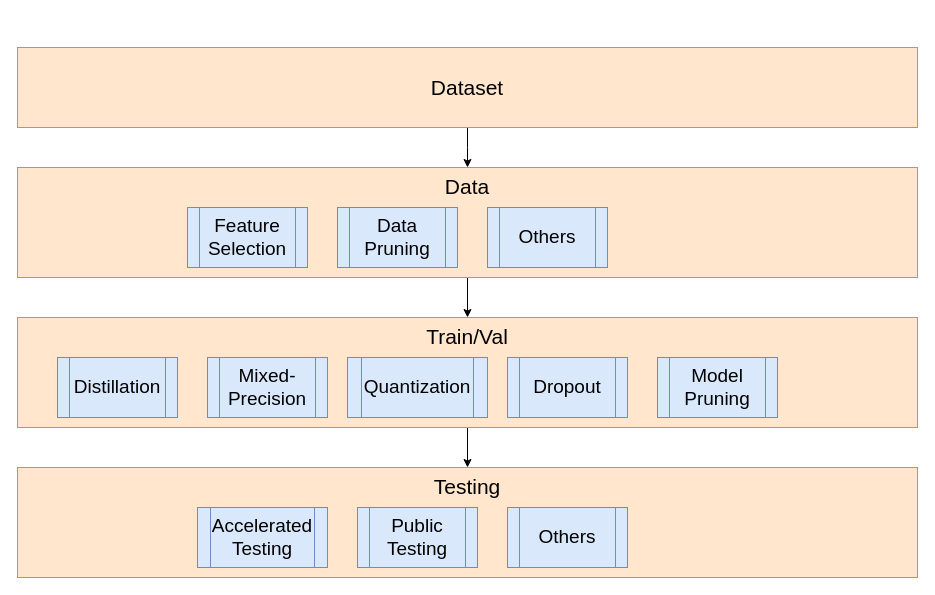
This is Supplement/udrive.drawio from Croquembouche/UDrive, a draw.io file, before an edit. Source tidied: cells renumbered, new cells numbered last; positions are measured from the earlier drawing's top-left corner, leaving out a move shared by most shapes. Both pictures are drawn from the tidied source at 100%, with x=0, y=0 at pixel (17, 47).
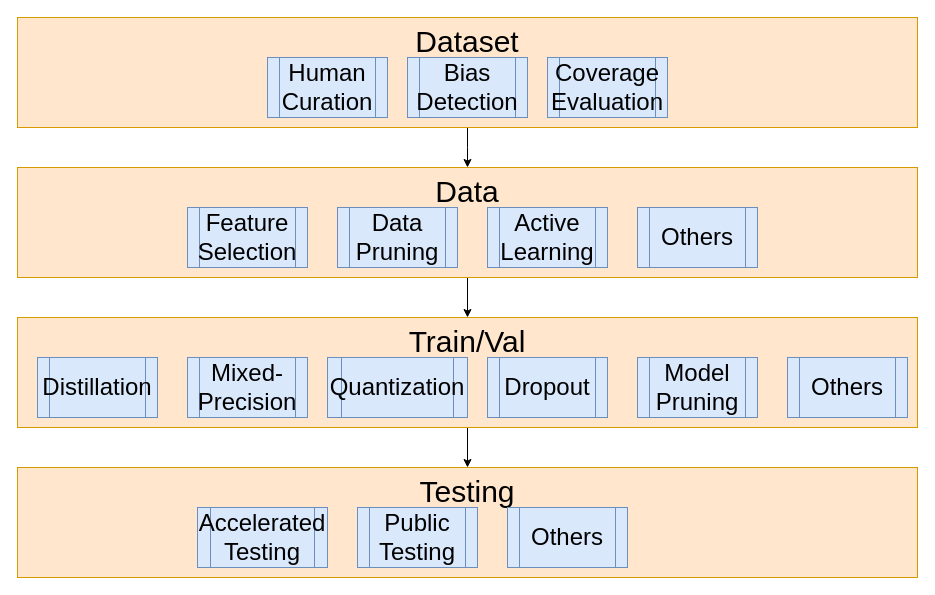
Above is the later version.

What changed in the source:
```diff
@@
-    <mxCell id="2" value="Testing" style="rounded=0;whiteSpace=wrap;html=1;fontSize=21;fillColor=#ffe6cc;strokeColor=#d79b00;verticalAlign=top;" parent="1" vertex="1">
+    <mxCell id="2" value="Testing" style="rounded=0;whiteSpace=wrap;html=1;fontSize=30;fillColor=#ffe6cc;strokeColor=#d79b00;verticalAlign=top;" parent="1" vertex="1">
       <mxGeometry y="420" width="900" height="110" as="geometry" />
     </mxCell>
@@
-    <mxCell id="4" value="Train/Val" style="rounded=0;whiteSpace=wrap;html=1;fontSize=21;fillColor=#ffe6cc;strokeColor=#d79b00;verticalAlign=top;" parent="1" vertex="1">
+    <mxCell id="4" value="Train/Val" style="rounded=0;whiteSpace=wrap;html=1;fontSize=30;fillColor=#ffe6cc;strokeColor=#d79b00;verticalAlign=top;" parent="1" vertex="1">
       <mxGeometry y="270" width="900" height="110" as="geometry" />
     </mxCell>
@@
-    <mxCell id="6" value="Data" style="rounded=0;whiteSpace=wrap;html=1;fontSize=21;fillColor=#ffe6cc;strokeColor=#d79b00;verticalAlign=top;" parent="1" vertex="1">
+    <mxCell id="6" value="Data" style="rounded=0;whiteSpace=wrap;html=1;fontSize=30;fillColor=#ffe6cc;strokeColor=#d79b00;verticalAlign=top;" parent="1" vertex="1">
       <mxGeometry y="120" width="900" height="110" as="geometry" />
     </mxCell>
@@
-    <mxCell id="8" value="Dataset" style="rounded=0;whiteSpace=wrap;html=1;fontSize=21;fillColor=#ffe6cc;strokeColor=#d79b00;" parent="1" vertex="1">
-      <mxGeometry width="900" height="80" as="geometry" />
+    <mxCell id="8" value="Dataset" style="rounded=0;whiteSpace=wrap;html=1;fontSize=30;fillColor=#ffe6cc;strokeColor=#d79b00;verticalAlign=top;" parent="1" vertex="1">
+      <mxGeometry y="-30" width="900" height="110" as="geometry" />
     </mxCell>
-    <mxCell id="9" value="Data Pruning" style="shape=process;whiteSpace=wrap;html=1;backgroundOutline=1;fontSize=19;fillColor=#dae8fc;strokeColor=#6c8ebf;" parent="1" vertex="1">
+    <mxCell id="9" value="Data Pruning" style="shape=process;whiteSpace=wrap;html=1;backgroundOutline=1;fontSize=24;fillColor=#dae8fc;strokeColor=#6c8ebf;" parent="1" vertex="1">
       <mxGeometry x="320" y="160" width="120" height="60" as="geometry" />
     </mxCell>
-    <mxCell id="10" value="Mixed-Precision" style="shape=process;whiteSpace=wrap;html=1;backgroundOutline=1;fontSize=19;fillColor=#dae8fc;strokeColor=#6c8ebf;" parent="1" vertex="1">
-      <mxGeometry x="190" y="310" width="120" height="60" as="geometry" />
+    <mxCell id="10" value="Mixed-Precision" style="shape=process;whiteSpace=wrap;html=1;backgroundOutline=1;fontSize=24;fillColor=#dae8fc;strokeColor=#6c8ebf;" parent="1" vertex="1">
+      <mxGeometry x="170" y="310" width="120" height="60" as="geometry" />
     </mxCell>
-    <mxCell id="11" value="Accelerated Testing" style="shape=process;whiteSpace=wrap;html=1;backgroundOutline=1;fontSize=19;fillColor=#dae8fc;strokeColor=#6c8ebf;" parent="1" vertex="1">
+    <mxCell id="11" value="Accelerated Testing" style="shape=process;whiteSpace=wrap;html=1;backgroundOutline=1;fontSize=24;fillColor=#dae8fc;strokeColor=#6c8ebf;" parent="1" vertex="1">
       <mxGeometry x="180" y="460" width="130" height="60" as="geometry" />
     </mxCell>
-    <mxCell id="12" value="Quantization" style="shape=process;whiteSpace=wrap;html=1;backgroundOutline=1;fontSize=19;fillColor=#dae8fc;strokeColor=#6c8ebf;" parent="1" vertex="1">
-      <mxGeometry x="330" y="310" width="140" height="60" as="geometry" />
+    <mxCell id="12" value="Quantization" style="shape=process;whiteSpace=wrap;html=1;backgroundOutline=1;fontSize=24;fillColor=#dae8fc;strokeColor=#6c8ebf;" parent="1" vertex="1">
+      <mxGeometry x="310" y="310" width="140" height="60" as="geometry" />
     </mxCell>
-    <mxCell id="13" value="Feature Selection" style="shape=process;whiteSpace=wrap;html=1;backgroundOutline=1;fontSize=19;fillColor=#dae8fc;strokeColor=#6c8ebf;" parent="1" vertex="1">
+    <mxCell id="13" value="Feature Selection" style="shape=process;whiteSpace=wrap;html=1;backgroundOutline=1;fontSize=24;fillColor=#dae8fc;strokeColor=#6c8ebf;" parent="1" vertex="1">
       <mxGeometry x="170" y="160" width="120" height="60" as="geometry" />
     </mxCell>
-    <mxCell id="14" value="Model Pruning" style="shape=process;whiteSpace=wrap;html=1;backgroundOutline=1;fontSize=19;fillColor=#dae8fc;strokeColor=#6c8ebf;" parent="1" vertex="1">
-      <mxGeometry x="640" y="310" width="120" height="60" as="geometry" />
+    <mxCell id="14" value="Model Pruning" style="shape=process;whiteSpace=wrap;html=1;backgroundOutline=1;fontSize=24;fillColor=#dae8fc;strokeColor=#6c8ebf;" parent="1" vertex="1">
+      <mxGeometry x="620" y="310" width="120" height="60" as="geometry" />
     </mxCell>
-    <mxCell id="15" value="Distillation" style="shape=process;whiteSpace=wrap;html=1;backgroundOutline=1;fontSize=19;fillColor=#dae8fc;strokeColor=#6c8ebf;" parent="1" vertex="1">
-      <mxGeometry x="40" y="310" width="120" height="60" as="geometry" />
+    <mxCell id="15" value="Distillation" style="shape=process;whiteSpace=wrap;html=1;backgroundOutline=1;fontSize=24;fillColor=#dae8fc;strokeColor=#6c8ebf;" parent="1" vertex="1">
+      <mxGeometry x="20" y="310" width="120" height="60" as="geometry" />
     </mxCell>
-    <mxCell id="16" value="Dropout" style="shape=process;whiteSpace=wrap;html=1;backgroundOutline=1;fontSize=19;fillColor=#dae8fc;strokeColor=#6c8ebf;" parent="1" vertex="1">
-      <mxGeometry x="490" y="310" width="120" height="60" as="geometry" />
+    <mxCell id="16" value="Dropout" style="shape=process;whiteSpace=wrap;html=1;backgroundOutline=1;fontSize=24;fillColor=#dae8fc;strokeColor=#6c8ebf;" parent="1" vertex="1">
+      <mxGeometry x="470" y="310" width="120" height="60" as="geometry" />
     </mxCell>
-    <mxCell id="17" value="Public Testing" style="shape=process;whiteSpace=wrap;html=1;backgroundOutline=1;fontSize=19;fillColor=#dae8fc;strokeColor=#6c8ebf;" parent="1" vertex="1">
+    <mxCell id="17" value="Public Testing" style="shape=process;whiteSpace=wrap;html=1;backgroundOutline=1;fontSize=24;fillColor=#dae8fc;strokeColor=#6c8ebf;" parent="1" vertex="1">
       <mxGeometry x="340" y="460" width="120" height="60" as="geometry" />
     </mxCell>
-    <mxCell id="18" value="Others" style="shape=process;whiteSpace=wrap;html=1;backgroundOutline=1;fontSize=19;fillColor=#dae8fc;strokeColor=#6c8ebf;" parent="1" vertex="1">
-      <mxGeometry x="470" y="160" width="120" height="60" as="geometry" />
+    <mxCell id="18" value="Others" style="shape=process;whiteSpace=wrap;html=1;backgroundOutline=1;fontSize=24;fillColor=#dae8fc;strokeColor=#6c8ebf;" parent="1" vertex="1">
+      <mxGeometry x="620" y="160" width="120" height="60" as="geometry" />
     </mxCell>
-    <mxCell id="19" value="Others" style="shape=process;whiteSpace=wrap;html=1;backgroundOutline=1;fontSize=19;fillColor=#dae8fc;strokeColor=#6c8ebf;" parent="1" vertex="1">
+    <mxCell id="19" value="Others" style="shape=process;whiteSpace=wrap;html=1;backgroundOutline=1;fontSize=24;fillColor=#dae8fc;strokeColor=#6c8ebf;" parent="1" vertex="1">
       <mxGeometry x="490" y="460" width="120" height="60" as="geometry" />
     </mxCell>
+    <mxCell id="20" value="Active Learning" style="shape=process;whiteSpace=wrap;html=1;backgroundOutline=1;fontSize=24;fillColor=#dae8fc;strokeColor=#6c8ebf;" parent="1" vertex="1">
+      <mxGeometry x="470" y="160" width="120" height="60" as="geometry" />
+    </mxCell>
+    <mxCell id="21" value="Human Curation" style="shape=process;whiteSpace=wrap;html=1;backgroundOutline=1;fontSize=24;fillColor=#dae8fc;strokeColor=#6c8ebf;" parent="1" vertex="1">
+      <mxGeometry x="250" y="10" width="120" height="60" as="geometry" />
+    </mxCell>
+    <mxCell id="22" value="Others" style="shape=process;whiteSpace=wrap;html=1;backgroundOutline=1;fontSize=24;fillColor=#dae8fc;strokeColor=#6c8ebf;" parent="1" vertex="1">
+      <mxGeometry x="770" y="310" width="120" height="60" as="geometry" />
+    </mxCell>
+    <mxCell id="23" value="Bias Detection" style="shape=process;whiteSpace=wrap;html=1;backgroundOutline=1;fontSize=24;fillColor=#dae8fc;strokeColor=#6c8ebf;" parent="1" vertex="1">
+      <mxGeometry x="390" y="10" width="120" height="60" as="geometry" />
+    </mxCell>
+    <mxCell id="24" value="Coverage Evaluation" style="shape=process;whiteSpace=wrap;html=1;backgroundOutline=1;fontSize=24;fillColor=#dae8fc;strokeColor=#6c8ebf;" parent="1" vertex="1">
+      <mxGeometry x="530" y="10" width="120" height="60" as="geometry" />
+    </mxCell>
```
